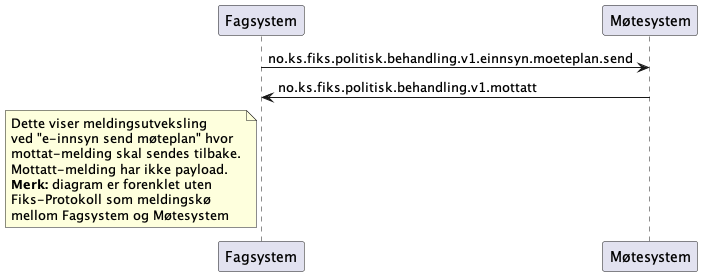
Before: Dokumentasjon/V1/meldingsutveksling/einnsyn-møteplan-send/sekvensdiagram/sekvensdiagram-einnsyn-moeteplan-send.png, a diagram exported from PlantUML (ks-no/fiks-politisk-behandling-specification).
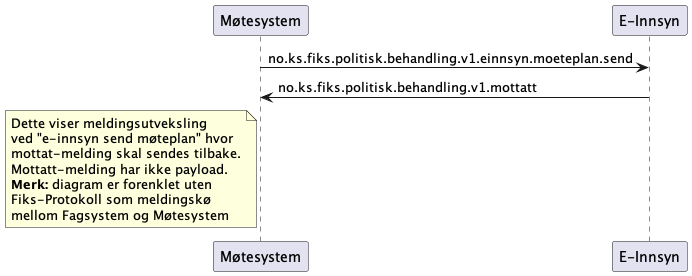
After the change.

What changed in the source:
```diff
@@ -1,11 +1,11 @@
 @startuml
-participant Fagsystem as "Fagsystem"
 participant Møtesystem as "Møtesystem"
+participant EInnsyn as "E-Innsyn"
 
-Fagsystem -> Møtesystem : no.ks.fiks.politisk.behandling.v1.einnsyn.moeteplan.send
-Fagsystem <- Møtesystem : no.ks.fiks.politisk.behandling.v1.mottatt
+Møtesystem -> EInnsyn : no.ks.fiks.politisk.behandling.v1.einnsyn.moeteplan.send
+Møtesystem <- EInnsyn : no.ks.fiks.politisk.behandling.v1.mottatt
 
-note left of Fagsystem
+note left of Møtesystem
 Dette viser meldingsutveksling
 ved "e-innsyn send møteplan" hvor
 mottat-melding skal sendes tilbake.
```
